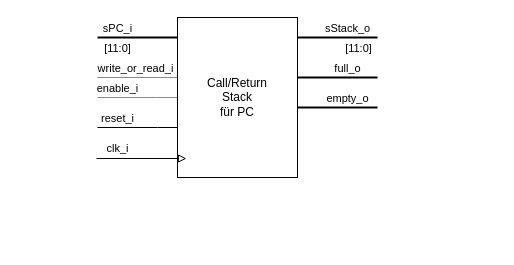
Earlier version of the draw.io diagram Blockbeschreibungen/Stack_beschreibung.drawio (graefjk/RO2). Source tidied: cells renumbered, new cells numbered last; positions are measured from the earlier drawing's top-left corner, leaving out a move shared by most shapes. Both pictures are drawn from the tidied source at 100%, with x=0, y=0 at pixel (96, 17).
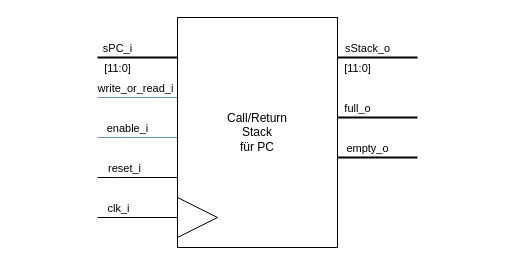
The same diagram, later.

The edit, as a diff of the source:
```diff
@@
     <mxCell id="2" style="edgeStyle=orthogonalEdgeStyle;rounded=0;jettySize=auto;html=1;endArrow=none;endFill=0;strokeWidth=2;" parent="1" edge="1" source="14">
       <mxGeometry relative="1" as="geometry">
-        <mxPoint x="1" y="20" as="targetPoint" />
+        <mxPoint x="1" y="40" as="targetPoint" />
         <Array as="points">
-          <mxPoint x="71" y="20" />
-          <mxPoint x="71" y="20" />
+          <mxPoint x="71" y="40" />
+          <mxPoint x="71" y="40" />
         </Array>
       </mxGeometry>
     </mxCell>
@@
     <mxCell id="5" style="edgeStyle=orthogonalEdgeStyle;rounded=0;jettySize=auto;html=1;endArrow=none;endFill=0;strokeWidth=2;" parent="1" edge="1" source="14">
       <mxGeometry relative="1" as="geometry">
-        <mxPoint x="281" y="20" as="targetPoint" />
+        <mxPoint x="321" y="40" as="targetPoint" />
         <Array as="points">
-          <mxPoint x="221" y="20" />
-          <mxPoint x="221" y="20" />
+          <mxPoint x="291" y="40" />
+          <mxPoint x="291" y="40" />
         </Array>
       </mxGeometry>
     </mxCell>
     <mxCell id="6" value="sStack_o" style="edgeLabel;html=1;align=center;verticalAlign=middle;" parent="5" vertex="1">
       <mxGeometry x="0.23" relative="1" as="geometry">
-        <mxPoint y="-10" as="offset" />
+        <mxPoint x="-19.2" y="-10" as="offset" />
       </mxGeometry>
     </mxCell>
     <mxCell id="7" value="[11:0]" style="edgeLabel;html=1;align=center;verticalAlign=middle;" parent="5" vertex="1">
       <mxGeometry x="-0.72" relative="1" as="geometry">
-        <mxPoint x="49.1" y="10" as="offset" />
+        <mxPoint x="8.8" y="10" as="offset" />
       </mxGeometry>
     </mxCell>
     <mxCell id="8" style="edgeStyle=orthogonalEdgeStyle;rounded=0;jettySize=auto;html=1;endArrow=none;endFill=0;strokeWidth=1;" parent="1" edge="1" source="14">
       <mxGeometry relative="1" as="geometry">
-        <mxPoint x="1" y="110" as="targetPoint" />
+        <mxPoint x="1" y="160" as="targetPoint" />
         <Array as="points">
-          <mxPoint x="61" y="110" />
-          <mxPoint x="61" y="110" />
+          <mxPoint x="21" y="160" />
+          <mxPoint x="21" y="160" />
         </Array>
       </mxGeometry>
     </mxCell>
     <mxCell id="9" value="reset_i" style="edgeLabel;html=1;align=center;verticalAlign=middle;" parent="8" vertex="1">
       <mxGeometry x="0.67" y="1" relative="1" as="geometry">
-        <mxPoint x="6.9" y="-11" as="offset" />
+        <mxPoint x="13.8" y="-11" as="offset" />
       </mxGeometry>
     </mxCell>
     <mxCell id="10" style="edgeStyle=orthogonalEdgeStyle;rounded=0;jettySize=auto;html=1;endArrow=none;endFill=0;strokeWidth=1;fillColor=#dae8fc;strokeColor=#6c8ebf;" parent="1" edge="1" source="14">
       <mxGeometry relative="1" as="geometry">
-        <mxPoint x="1" y="60" as="targetPoint" />
+        <mxPoint x="1" y="80" as="targetPoint" />
         <Array as="points">
-          <mxPoint x="61" y="60" />
-          <mxPoint x="61" y="60" />
+          <mxPoint x="61" y="80" />
+          <mxPoint x="61" y="80" />
         </Array>
       </mxGeometry>
     </mxCell>
@@
     <mxCell id="12" style="edgeStyle=orthogonalEdgeStyle;rounded=0;jettySize=auto;html=1;endArrow=none;endFill=0;strokeWidth=1;fillColor=#dae8fc;strokeColor=#6c8ebf;" parent="1" edge="1" source="14">
       <mxGeometry relative="1" as="geometry">
-        <mxPoint x="1" y="80" as="targetPoint" />
+        <mxPoint x="1" y="120" as="targetPoint" />
         <Array as="points">
-          <mxPoint x="61" y="80" />
-          <mxPoint x="61" y="80" />
+          <mxPoint x="31" y="120" />
+          <mxPoint x="31" y="120" />
         </Array>
       </mxGeometry>
     </mxCell>
     <mxCell id="13" value="enable_i" style="edgeLabel;html=1;align=center;verticalAlign=middle;" parent="12" vertex="1">
       <mxGeometry x="0.74" relative="1" as="geometry">
-        <mxPoint x="9.7" y="-10" as="offset" />
+        <mxPoint x="19.6" y="-10" as="offset" />
       </mxGeometry>
     </mxCell>
+    <mxCell id="21" style="edgeStyle=orthogonalEdgeStyle;rounded=0;jettySize=auto;html=1;endArrow=none;endFill=0;" parent="1" edge="1" source="14">
+      <mxGeometry relative="1" as="geometry">
+        <mxPoint x="1" y="200" as="targetPoint" />
+        <Array as="points">
+          <mxPoint x="1" y="200" />
+        </Array>
+      </mxGeometry>
+    </mxCell>
+    <mxCell id="16" value="clk_i" style="edgeLabel;html=1;align=center;verticalAlign=middle;labelBackgroundColor=none;" parent="21" vertex="1">
+      <mxGeometry x="1" y="14" relative="1" as="geometry">
+        <mxPoint x="20" y="-24" as="offset" />
+      </mxGeometry>
+    </mxCell>
     <mxCell id="14" value="Call/Return&lt;br&gt;Stack&lt;br&gt;für PC" style="rounded=0;whiteSpace=wrap;html=1;" parent="1" vertex="1">
-      <mxGeometry x="81" width="120" height="160" as="geometry" />
+      <mxGeometry x="81" width="160" height="230" as="geometry" />
     </mxCell>
-    <mxCell id="15" style="endArrow=block;html=1;strokeWidth=1;endFill=0;" parent="1" edge="1">
-      <mxGeometry relative="1" as="geometry">
-        <mxPoint y="141" as="sourcePoint" />
-        <mxPoint x="90" y="141" as="targetPoint" />
-      </mxGeometry>
-    </mxCell>
-    <mxCell id="16" value="clk_i" style="edgeLabel;html=1;align=center;verticalAlign=middle;" parent="15" vertex="1">
-      <mxGeometry x="-0.42" relative="1" as="geometry">
-        <mxPoint x="-5.3" y="-11" as="offset" />
-      </mxGeometry>
-    </mxCell>
-    <mxCell id="17" style="edgeStyle=orthogonalEdgeStyle;rounded=0;orthogonalLoop=1;jettySize=auto;html=1;endArrow=none;endFill=0;strokeWidth=2;" parent="1" edge="1">
+    <mxCell id="17" style="edgeStyle=orthogonalEdgeStyle;rounded=0;jettySize=auto;html=1;endArrow=none;endFill=0;strokeWidth=2;" parent="1" edge="1" source="14">
       <mxGeometry relative="1" as="geometry">
-        <mxPoint x="201" y="60" as="sourcePoint" />
-        <mxPoint x="281" y="60" as="targetPoint" />
+        <mxPoint x="321" y="100" as="targetPoint" />
         <Array as="points">
-          <mxPoint x="221" y="60" />
-          <mxPoint x="221" y="60" />
+          <mxPoint x="261" y="100" />
+          <mxPoint x="261" y="100" />
         </Array>
       </mxGeometry>
     </mxCell>
     <mxCell id="18" value="full_o" style="edgeLabel;html=1;align=center;verticalAlign=middle;" parent="17" vertex="1">
       <mxGeometry x="0.23" relative="1" as="geometry">
-        <mxPoint y="-10" as="offset" />
+        <mxPoint x="-29.2" y="-10" as="offset" />
       </mxGeometry>
     </mxCell>
-    <mxCell id="19" style="edgeStyle=orthogonalEdgeStyle;rounded=0;orthogonalLoop=1;jettySize=auto;html=1;endArrow=none;endFill=0;strokeWidth=2;" parent="1" edge="1">
+    <mxCell id="19" style="edgeStyle=orthogonalEdgeStyle;rounded=0;jettySize=auto;html=1;endArrow=none;endFill=0;strokeWidth=2;" parent="1" edge="1" source="14">
       <mxGeometry relative="1" as="geometry">
-        <mxPoint x="201" y="90" as="sourcePoint" />
-        <mxPoint x="281" y="90" as="targetPoint" />
+        <mxPoint x="321" y="140" as="targetPoint" />
         <Array as="points">
-          <mxPoint x="221" y="90" />
-          <mxPoint x="221" y="90" />
+          <mxPoint x="241" y="140" />
+          <mxPoint x="241" y="140" />
         </Array>
       </mxGeometry>
     </mxCell>
     <mxCell id="20" value="empty_o" style="edgeLabel;html=1;align=center;verticalAlign=middle;" parent="19" vertex="1">
       <mxGeometry x="0.23" relative="1" as="geometry">
-        <mxPoint y="-10" as="offset" />
+        <mxPoint x="-19.2" y="-10" as="offset" />
       </mxGeometry>
     </mxCell>
+    <mxCell id="22" style="triangle;whiteSpace=wrap;html=1;" parent="1" vertex="1">
+      <mxGeometry x="81" y="180" width="40" height="40" as="geometry" />
+    </mxCell>
+    <mxCell id="23" style="rounded=0;whiteSpace=wrap;html=1;fillColor=none;strokeColor=none;" parent="1" vertex="1">
+      <mxGeometry x="-79" width="480" height="40" as="geometry" />
+    </mxCell>
```
